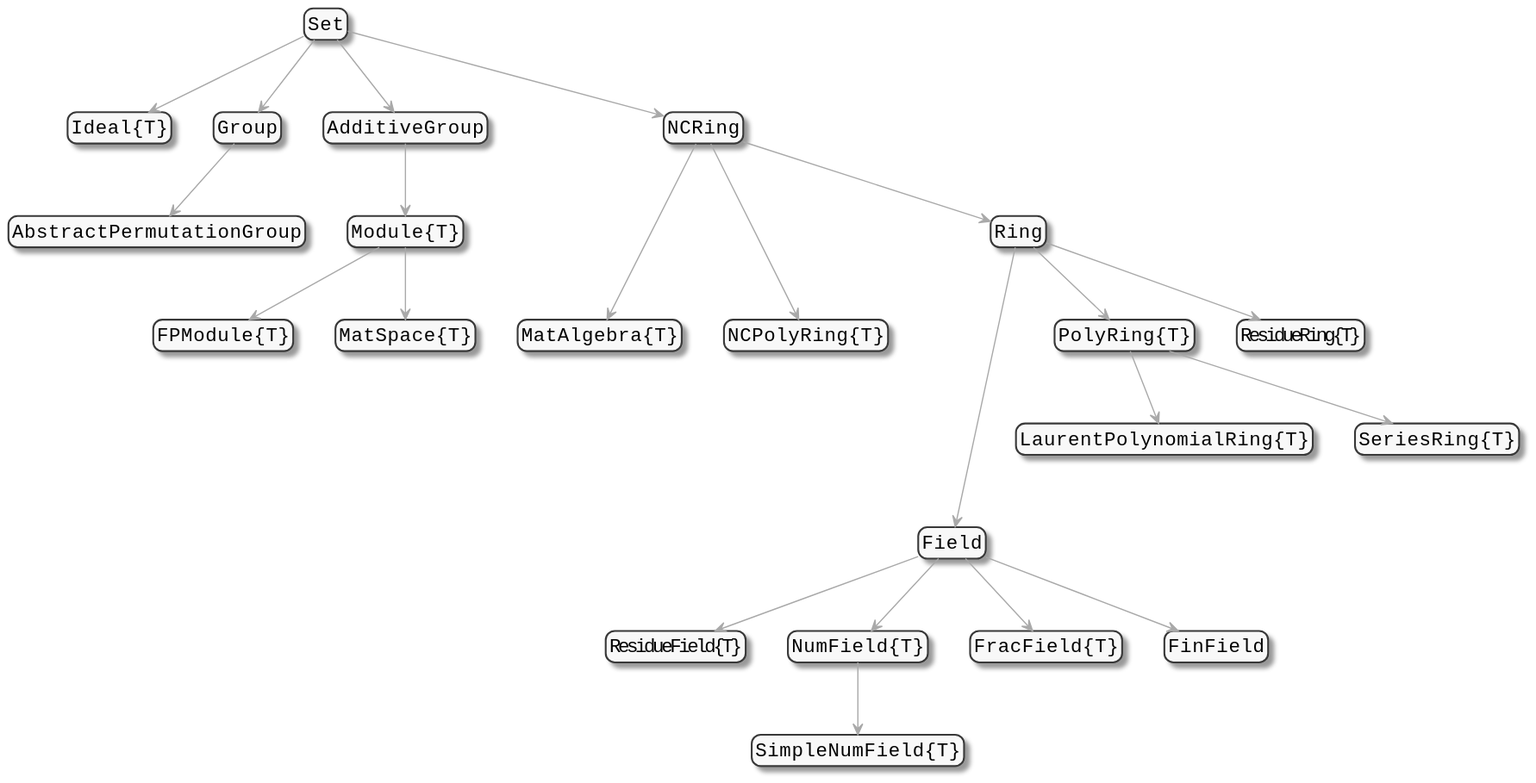
This is docs/src/assets/parents_diagram.svg from Nemocas/AbstractAlgebra.jl, a PlantUML export, as it was before one commit.
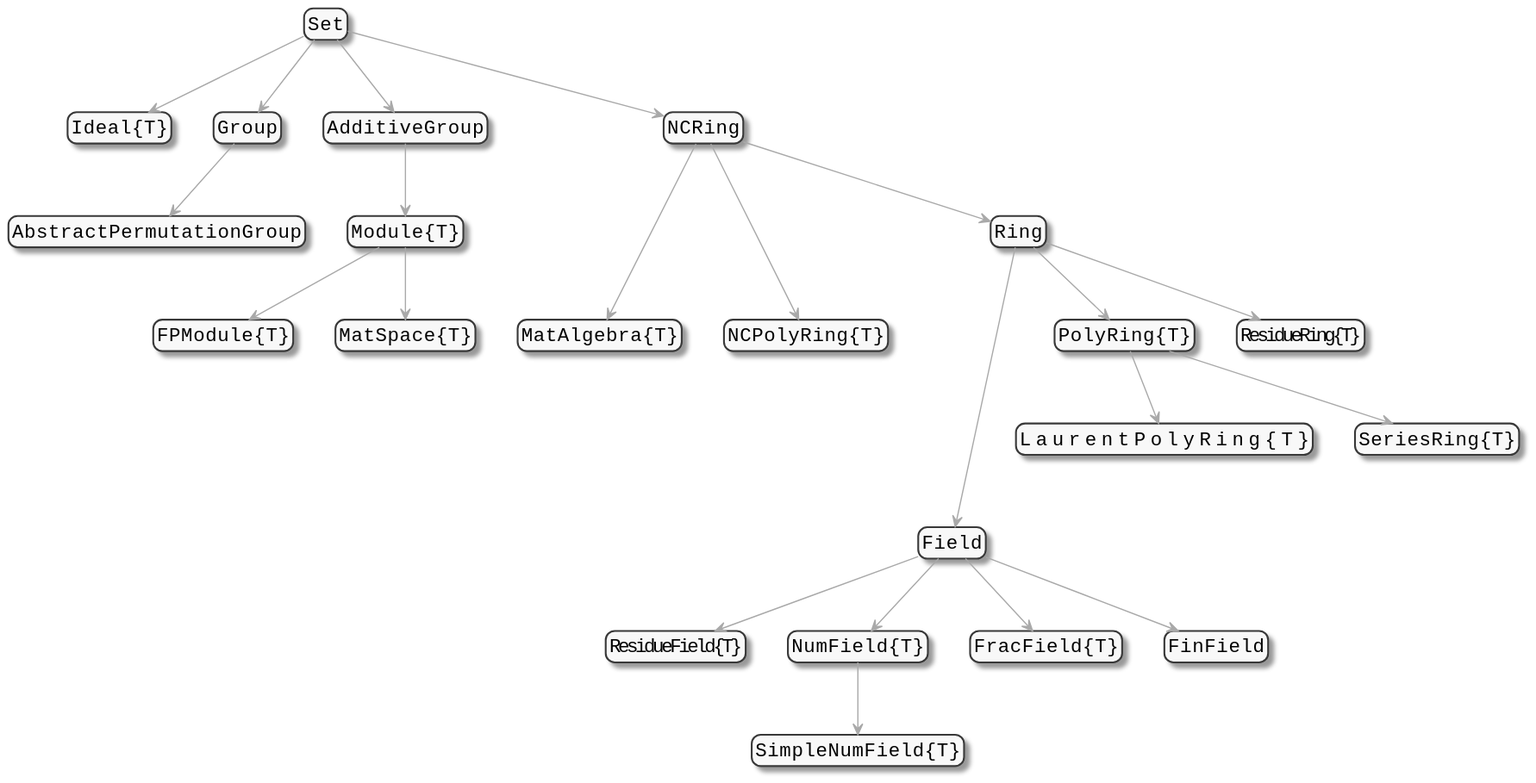
After the change.

What changed in the source:
```diff
@@ -22,7 +22,7 @@
 
 "Ring" -down---> "Field"
 "Ring" -down-> "PolyRing{T}"
-"PolyRing{T}" -down-> "LaurentPolynomialRing{T}"
+"PolyRing{T}" -down-> "LaurentPolyRing{T}"
 "PolyRing{T}" -down-> "SeriesRing{T}"
 "Ring" -down-> "ResidueRing{T}"
 
```
